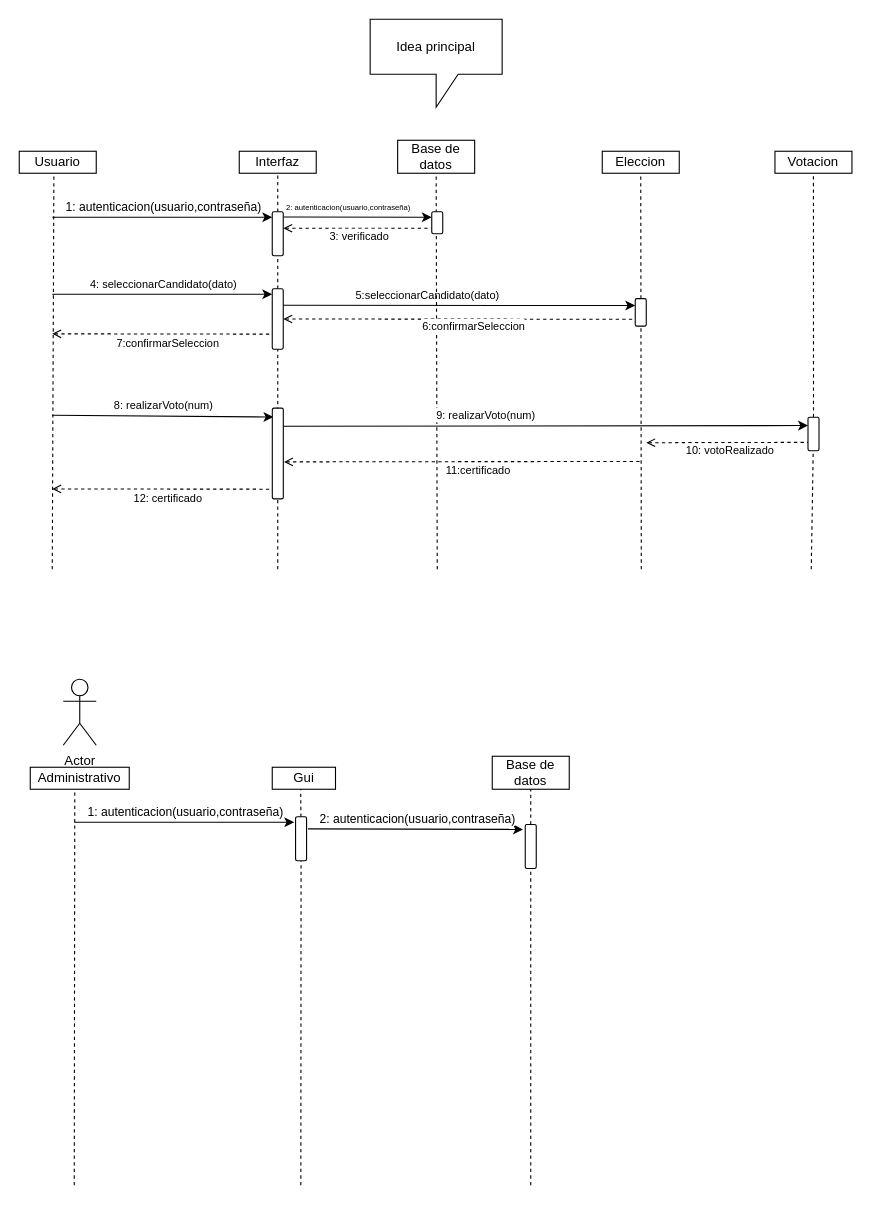
Andres-Nicolas/Diagramas keeps this draw.io diagram as DiagraSecue.drawio. Above is the earlier version. Source tidied: cells renumbered, new cells numbered last; positions are measured from the earlier drawing's top-left corner, leaving out a move shared by most shapes. Both pictures are drawn from the tidied source at 110%, with x=0, y=0 at pixel (19, 19).
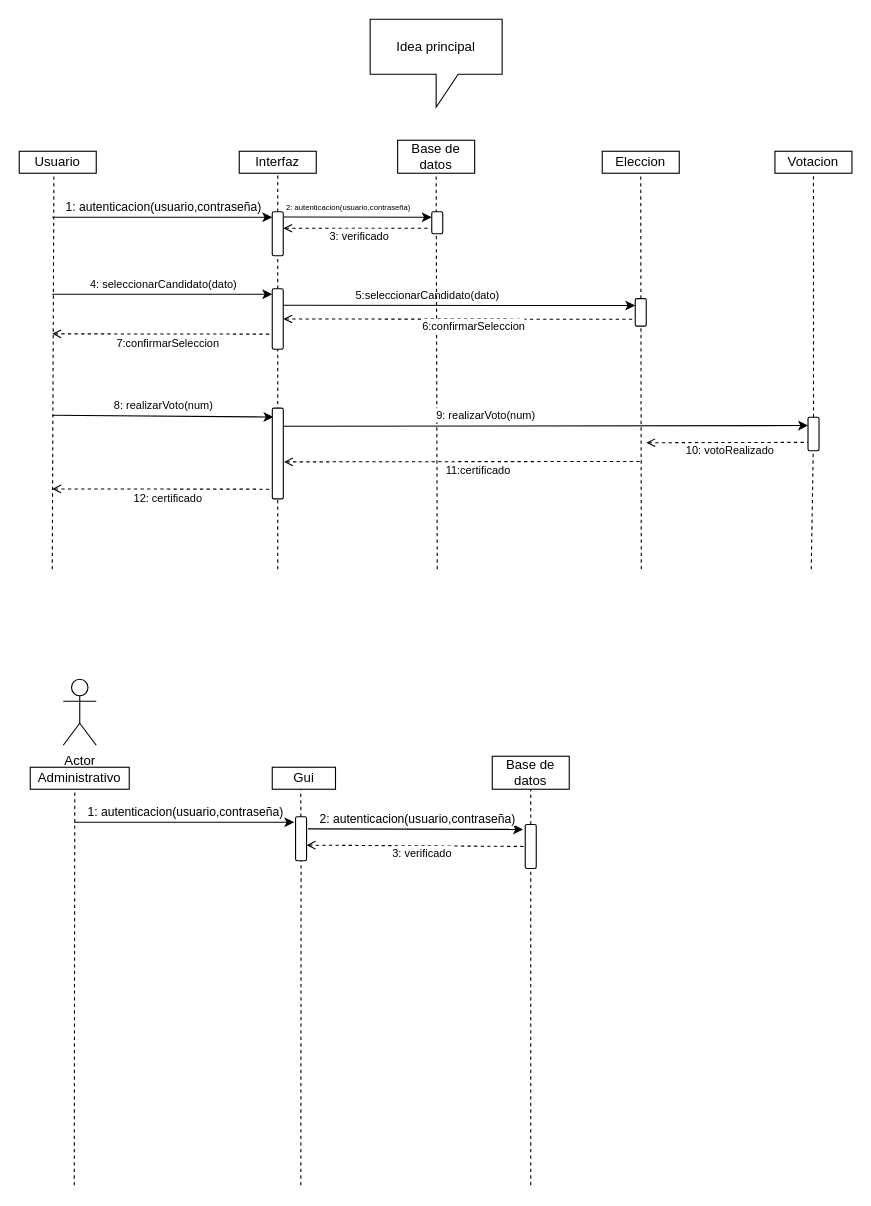
The same page after the edit.

Unchanged cells that the change refers to:
```xml
<mxCell id="54" style="rounded=1;whiteSpace=wrap;html=1;rotation=90;" parent="1" vertex="1">
  <mxGeometry x="236.2" y="740" width="40" height="10" as="geometry" />
</mxCell>
<mxCell id="60" style="rounded=1;whiteSpace=wrap;html=1;rotation=90;" parent="1" vertex="1">
  <mxGeometry x="445" y="747" width="40" height="10" as="geometry" />
</mxCell>
```

What changed in the source:
```diff
@@
+    <mxCell id="61" style="endArrow=none;dashed=1;html=1;rounded=0;entryX=0.5;entryY=1;entryDx=0;entryDy=0;exitX=0.645;exitY=-0.004;exitDx=0;exitDy=0;startArrow=open;startFill=0;exitPerimeter=0;" parent="1" edge="1" source="54" target="60">
+      <mxGeometry relative="1" as="geometry" />
+    </mxCell>
+    <mxCell id="62" value="&lt;font style=&quot;font-size: 10px;&quot;&gt;3: verificado&lt;/font&gt;" style="edgeLabel;html=1;align=center;verticalAlign=middle;" parent="61" vertex="1">
+      <mxGeometry x="0.14" y="-2" relative="1" as="geometry">
+        <mxPoint x="-9" y="4" as="offset" />
+      </mxGeometry>
+    </mxCell>
```
